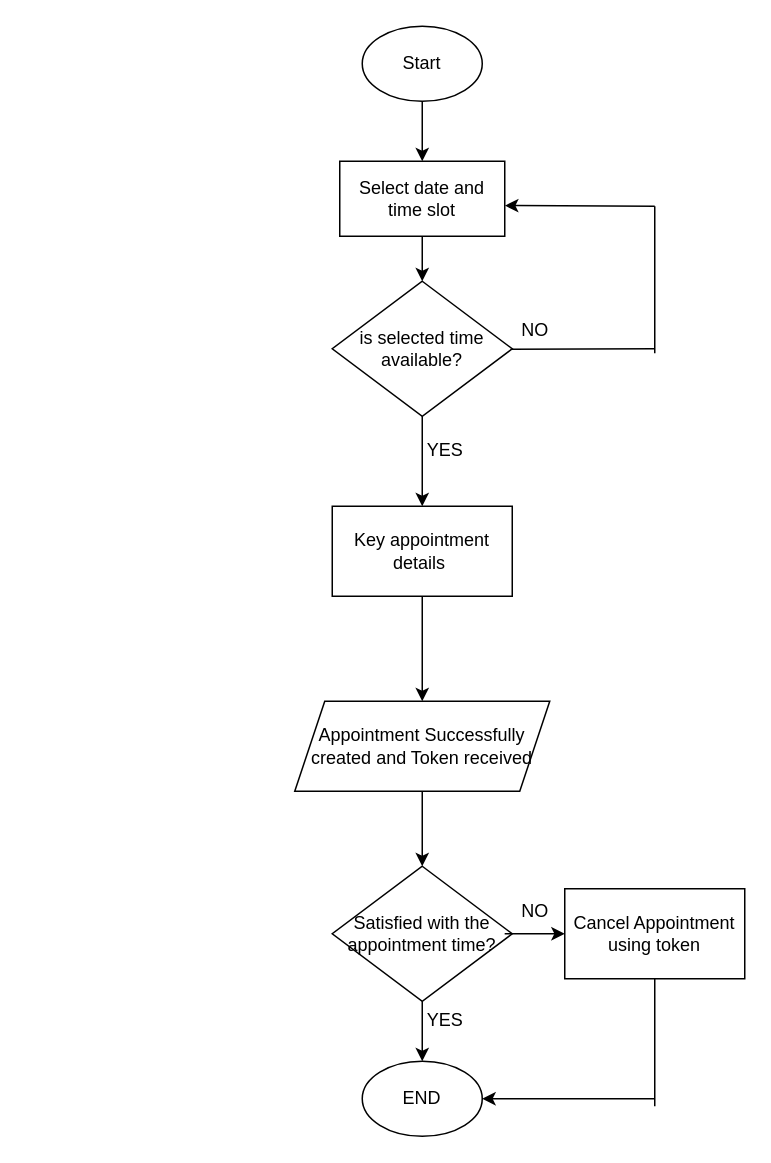
Above: Untitled Diagram.drawio in Badigribz/portfolio (draw.io), before the change. Source tidied: cells renumbered, new cells numbered last; positions are measured from the earlier drawing's top-left corner, leaving out a move shared by most shapes. Both pictures are drawn from the tidied source at 150%, with x=0, y=0 at pixel (26, 26).
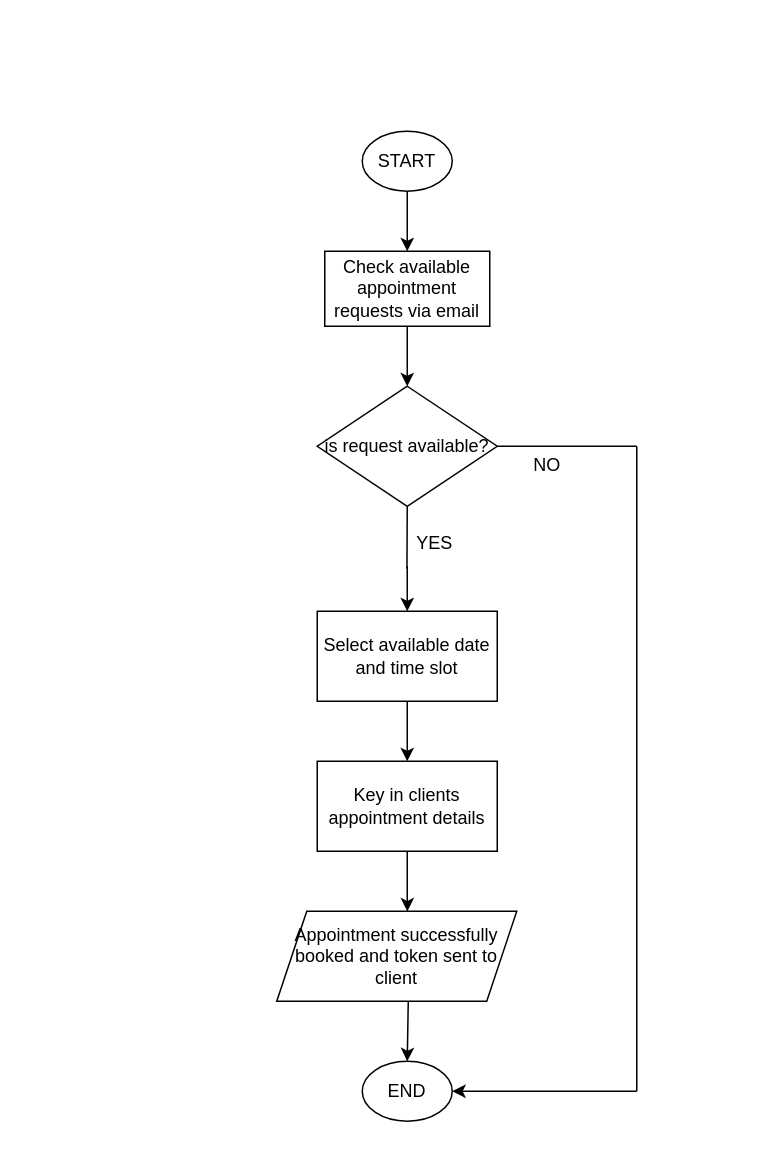
The same diagram, later.

Commit message:
occupant checking appointment.drawio

What changed in the source:
```diff
@@
     <mxCell id="2" style="endArrow=none;html=1;rounded=0;" parent="1" edge="1">
       <mxGeometry relative="1" as="geometry">
-        <mxPoint y="410" as="sourcePoint" />
-        <mxPoint y="410" as="targetPoint" />
+        <mxPoint x="128" y="520" as="sourcePoint" />
+        <mxPoint x="128" y="520" as="targetPoint" />
         <Array as="points">
-          <mxPoint y="410" />
+          <mxPoint x="128" y="520" />
         </Array>
       </mxGeometry>
     </mxCell>
-    <mxCell id="3" value="Start" style="ellipse;whiteSpace=wrap;html=1;" parent="1" vertex="1">
-      <mxGeometry x="224" width="80" height="50" as="geometry" />
-    </mxCell>
-    <mxCell id="4" value="Select date and time slot" style="rounded=0;whiteSpace=wrap;html=1;" parent="1" vertex="1">
-      <mxGeometry x="209" y="90" width="110" height="50" as="geometry" />
-    </mxCell>
-    <mxCell id="5" value="Appointment Successfully created and Token received" style="shape=parallelogram;perimeter=parallelogramPerimeter;whiteSpace=wrap;html=1;fixedSize=1;" parent="1" vertex="1">
-      <mxGeometry x="179" y="450" width="170" height="60" as="geometry" />
-    </mxCell>
+    <mxCell id="27" value="START" style="ellipse;whiteSpace=wrap;html=1;" parent="1" vertex="1">
+      <mxGeometry x="224" y="70" width="60" height="40" as="geometry" />
+    </mxCell>
     <mxCell id="6" value="END" style="ellipse;whiteSpace=wrap;html=1;" parent="1" vertex="1">
-      <mxGeometry x="224" y="690" width="80" height="50" as="geometry" />
+      <mxGeometry x="224" y="690" width="60" height="40" as="geometry" />
     </mxCell>
-    <mxCell id="7" style="endArrow=classic;html=1;rounded=0;exitX=0.5;exitY=1;exitDx=0;exitDy=0;entryX=0.5;entryY=0;entryDx=0;entryDy=0;" parent="1" edge="1" source="3" target="4">
-      <mxGeometry relative="1" as="geometry" />
-    </mxCell>
-    <mxCell id="8" style="endArrow=classic;html=1;rounded=0;exitX=0.5;exitY=1;exitDx=0;exitDy=0;entryX=0.5;entryY=0;entryDx=0;entryDy=0;" parent="1" edge="1" source="4">
-      <mxGeometry relative="1" as="geometry">
-        <mxPoint x="264" y="170" as="targetPoint" />
-      </mxGeometry>
-    </mxCell>
-    <mxCell id="9" style="endArrow=classic;html=1;rounded=0;entryX=0.5;entryY=0;entryDx=0;entryDy=0;exitX=0.5;exitY=1;exitDx=0;exitDy=0;" parent="1" edge="1" source="12">
-      <mxGeometry relative="1" as="geometry">
-        <mxPoint x="264" y="320" as="targetPoint" />
-      </mxGeometry>
-    </mxCell>
-    <mxCell id="10" style="endArrow=classic;html=1;rounded=0;exitX=0.5;exitY=1;exitDx=0;exitDy=0;entryX=0.5;entryY=0;entryDx=0;entryDy=0;" parent="1" edge="1" target="5">
-      <mxGeometry relative="1" as="geometry">
-        <mxPoint x="264" y="380" as="sourcePoint" />
-      </mxGeometry>
-    </mxCell>
-    <mxCell id="11" style="endArrow=classic;html=1;rounded=0;exitX=0.5;exitY=1;exitDx=0;exitDy=0;entryX=0.5;entryY=0;entryDx=0;entryDy=0;" parent="1" edge="1" target="6">
-      <mxGeometry relative="1" as="geometry">
-        <mxPoint x="264" y="650" as="sourcePoint" />
-      </mxGeometry>
-    </mxCell>
-    <mxCell id="12" value="is selected time available?" style="rhombus;whiteSpace=wrap;html=1;" parent="1" vertex="1">
-      <mxGeometry x="204" y="170" width="120" height="90" as="geometry" />
-    </mxCell>
-    <mxCell id="13" value="NO" style="text;html=1;align=center;verticalAlign=middle;points=[];strokeColor=none;fillColor=none;" parent="1" vertex="1">
-      <mxGeometry x="319" y="188" width="40" height="30" as="geometry" />
-    </mxCell>
-    <mxCell id="14" value="YES" style="text;html=1;align=center;verticalAlign=middle;strokeColor=none;fillColor=none;" parent="1" vertex="1">
-      <mxGeometry x="254" y="268" width="50" height="30" as="geometry" />
-    </mxCell>
-    <mxCell id="15" style="endArrow=none;html=1;rounded=0;exitX=0.097;exitY=0.913;exitDx=0;exitDy=0;exitPerimeter=0;" parent="1" edge="1" source="13">
-      <mxGeometry relative="1" as="geometry">
-        <mxPoint x="419" y="215" as="targetPoint" />
-      </mxGeometry>
-    </mxCell>
-    <mxCell id="16" style="endArrow=none;html=1;rounded=0;" parent="1" edge="1">
-      <mxGeometry relative="1" as="geometry">
-        <mxPoint x="419" y="218" as="sourcePoint" />
-        <mxPoint x="419" y="120" as="targetPoint" />
-      </mxGeometry>
-    </mxCell>
-    <mxCell id="17" style="endArrow=classic;html=1;rounded=0;entryX=1.001;entryY=0.591;entryDx=0;entryDy=0;entryPerimeter=0;" parent="1" edge="1" target="4">
-      <mxGeometry relative="1" as="geometry">
-        <mxPoint x="419" y="120" as="sourcePoint" />
-      </mxGeometry>
-    </mxCell>
-    <mxCell id="18" value="Key appointment details&amp;nbsp;" style="rounded=0;whiteSpace=wrap;html=1;" parent="1" vertex="1">
-      <mxGeometry x="204" y="320" width="120" height="60" as="geometry" />
-    </mxCell>
-    <mxCell id="19" value="Satisfied with the appointment time?" style="rhombus;whiteSpace=wrap;html=1;" parent="1" vertex="1">
-      <mxGeometry x="204" y="560" width="120" height="90" as="geometry" />
-    </mxCell>
-    <mxCell id="20" style="endArrow=classic;html=1;rounded=0;exitX=0.5;exitY=1;exitDx=0;exitDy=0;entryX=0.5;entryY=0;entryDx=0;entryDy=0;" parent="1" edge="1" source="5" target="19">
-      <mxGeometry relative="1" as="geometry" />
-    </mxCell>
-    <mxCell id="21" value="YES" style="text;html=1;align=center;verticalAlign=middle;strokeColor=none;fillColor=none;" parent="1" vertex="1">
-      <mxGeometry x="254" y="648" width="50" height="30" as="geometry" />
-    </mxCell>
-    <mxCell id="22" value="Cancel Appointment using token" style="rounded=0;whiteSpace=wrap;html=1;" parent="1" vertex="1">
-      <mxGeometry x="359" y="575" width="120" height="60" as="geometry" />
-    </mxCell>
-    <mxCell id="23" style="endArrow=classic;html=1;rounded=0;entryX=0;entryY=0.5;entryDx=0;entryDy=0;exitX=0.958;exitY=0.5;exitDx=0;exitDy=0;exitPerimeter=0;" parent="1" edge="1" source="19" target="22">
-      <mxGeometry relative="1" as="geometry" />
-    </mxCell>
-    <mxCell id="24" value="NO" style="text;html=1;align=center;verticalAlign=middle;strokeColor=none;fillColor=none;" parent="1" vertex="1">
-      <mxGeometry x="319" y="575" width="40" height="30" as="geometry" />
-    </mxCell>
-    <mxCell id="25" style="endArrow=none;html=1;rounded=0;entryX=0.5;entryY=1;entryDx=0;entryDy=0;" parent="1" edge="1" target="22">
-      <mxGeometry relative="1" as="geometry">
-        <mxPoint x="419" y="720" as="sourcePoint" />
-      </mxGeometry>
-    </mxCell>
-    <mxCell id="26" style="endArrow=classic;html=1;rounded=0;entryX=1;entryY=0.5;entryDx=0;entryDy=0;" parent="1" edge="1" target="6">
-      <mxGeometry relative="1" as="geometry">
-        <mxPoint x="419" y="715" as="sourcePoint" />
-      </mxGeometry>
-    </mxCell>
+    <mxCell id="28" value="Check available appointment requests via email" style="rounded=0;whiteSpace=wrap;html=1;" parent="1" vertex="1">
+      <mxGeometry x="199" y="150" width="110" height="50" as="geometry" />
+    </mxCell>
+    <mxCell id="29" value="is request available?" style="rhombus;whiteSpace=wrap;html=1;" parent="1" vertex="1">
+      <mxGeometry x="194" y="240" width="120" height="80" as="geometry" />
+    </mxCell>
+    <mxCell id="30" value="YES" style="text;html=1;align=center;verticalAlign=middle;points=[];strokeColor=none;fillColor=none;" parent="1" vertex="1">
+      <mxGeometry x="247" y="330" width="50" height="30" as="geometry" />
+    </mxCell>
+    <mxCell id="31" style="endArrow=none;html=1;rounded=0;exitX=0.5;exitY=1;exitDx=0;exitDy=0;entryX=0.136;entryY=1.054;entryDx=0;entryDy=0;entryPerimeter=0;" parent="1" edge="1" source="29" target="30">
+      <mxGeometry relative="1" as="geometry" />
+    </mxCell>
+    <mxCell id="32" style="endArrow=classic;html=1;rounded=0;exitX=0.548;exitY=0.994;exitDx=0;exitDy=0;entryX=0.5;entryY=0;entryDx=0;entryDy=0;exitPerimeter=0;" parent="1" edge="1" source="39" target="6">
+      <mxGeometry relative="1" as="geometry" />
+    </mxCell>
+    <mxCell id="33" style="endArrow=classic;html=1;rounded=0;exitX=0.5;exitY=1;exitDx=0;exitDy=0;" parent="1" edge="1" source="27" target="28">
+      <mxGeometry relative="1" as="geometry" />
+    </mxCell>
+    <mxCell id="34" style="endArrow=classic;html=1;rounded=0;exitX=0.5;exitY=1;exitDx=0;exitDy=0;entryX=0.5;entryY=0;entryDx=0;entryDy=0;" parent="1" edge="1" source="28" target="29">
+      <mxGeometry relative="1" as="geometry" />
+    </mxCell>
+    <mxCell id="35" style="endArrow=classic;html=1;rounded=0;" parent="1" edge="1">
+      <mxGeometry relative="1" as="geometry">
+        <mxPoint x="254" y="360" as="sourcePoint" />
+        <mxPoint x="254" y="390" as="targetPoint" />
+      </mxGeometry>
+    </mxCell>
+    <mxCell id="36" value="Select available date and time slot" style="rounded=0;whiteSpace=wrap;html=1;" parent="1" vertex="1">
+      <mxGeometry x="194" y="390" width="120" height="60" as="geometry" />
+    </mxCell>
+    <mxCell id="37" style="endArrow=classic;html=1;rounded=0;exitX=0.5;exitY=1;exitDx=0;exitDy=0;" parent="1" edge="1" source="36">
+      <mxGeometry relative="1" as="geometry">
+        <mxPoint x="254" y="490" as="targetPoint" />
+      </mxGeometry>
+    </mxCell>
+    <mxCell id="38" value="Key in clients appointment details" style="rounded=0;whiteSpace=wrap;html=1;" parent="1" vertex="1">
+      <mxGeometry x="194" y="490" width="120" height="60" as="geometry" />
+    </mxCell>
+    <mxCell id="39" value="Appointment successfully booked and token sent to client" style="shape=parallelogram;perimeter=parallelogramPerimeter;whiteSpace=wrap;html=1;fixedSize=1;" parent="1" vertex="1">
+      <mxGeometry x="167" y="590" width="160" height="60" as="geometry" />
+    </mxCell>
+    <mxCell id="40" style="endArrow=classic;html=1;rounded=0;exitX=0.5;exitY=1;exitDx=0;exitDy=0;entryX=0.544;entryY=0.002;entryDx=0;entryDy=0;entryPerimeter=0;" parent="1" edge="1" source="38" target="39">
+      <mxGeometry relative="1" as="geometry" />
+    </mxCell>
+    <mxCell id="41" style="endArrow=none;html=1;rounded=0;exitX=1;exitY=0.5;exitDx=0;exitDy=0;" parent="1" edge="1" source="29">
+      <mxGeometry relative="1" as="geometry">
+        <mxPoint x="407" y="280" as="targetPoint" />
+      </mxGeometry>
+    </mxCell>
+    <mxCell id="42" style="endArrow=none;html=1;rounded=0;" parent="1" edge="1">
+      <mxGeometry relative="1" as="geometry">
+        <mxPoint x="407" y="710" as="sourcePoint" />
+        <mxPoint x="407" y="280" as="targetPoint" />
+      </mxGeometry>
+    </mxCell>
+    <mxCell id="43" style="endArrow=classic;html=1;rounded=0;entryX=1;entryY=0.5;entryDx=0;entryDy=0;" parent="1" edge="1" target="6">
+      <mxGeometry relative="1" as="geometry">
+        <mxPoint x="407" y="710" as="sourcePoint" />
+      </mxGeometry>
+    </mxCell>
+    <mxCell id="44" value="NO" style="text;html=1;align=center;verticalAlign=middle;strokeColor=none;fillColor=none;" parent="1" vertex="1">
+      <mxGeometry x="327" y="278" width="40" height="30" as="geometry" />
+    </mxCell>
```
